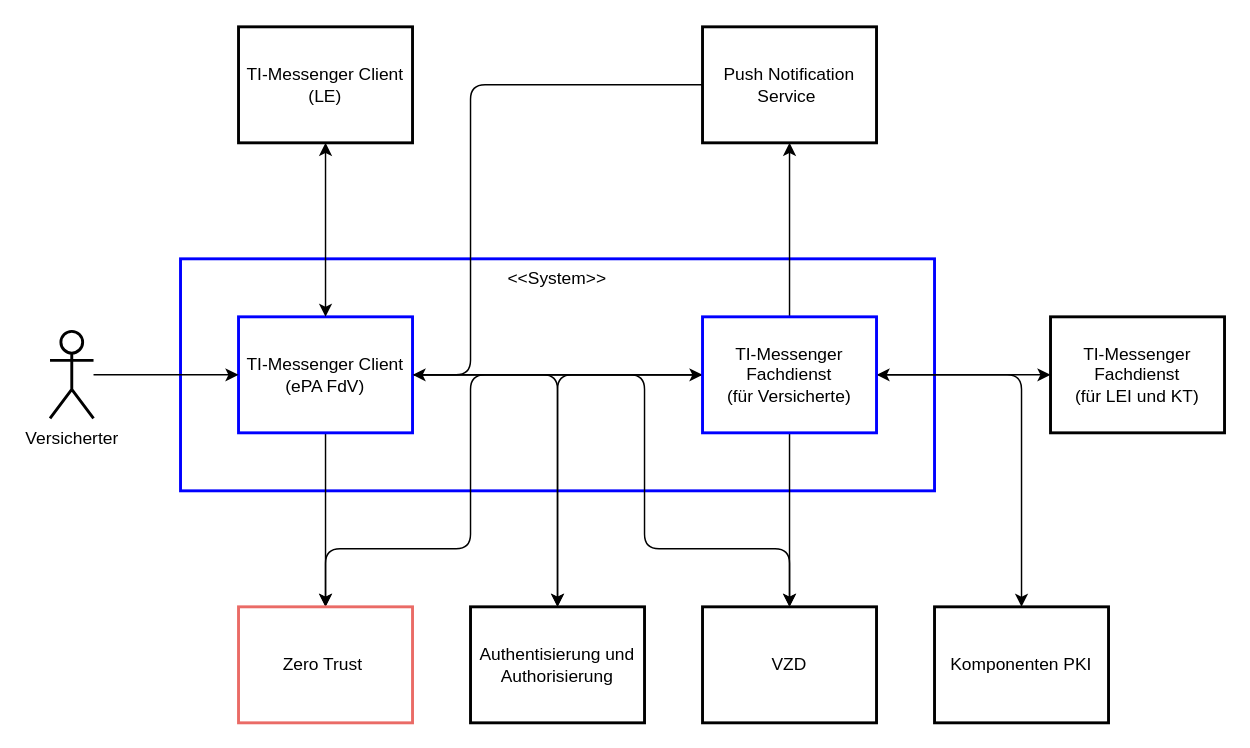
gematik/api-ti-messenger keeps this draw.io diagram as src/drawio/TI-M-Client_ePA_FdV_Kontextabgrenzung.drawio. Above is the earlier version. Source tidied: cells renumbered, new cells numbered last; positions are measured from the earlier drawing's top-left corner, leaving out a move shared by most shapes. Both pictures are drawn from the tidied source at 145%, with x=0, y=0 at pixel (49, 26).
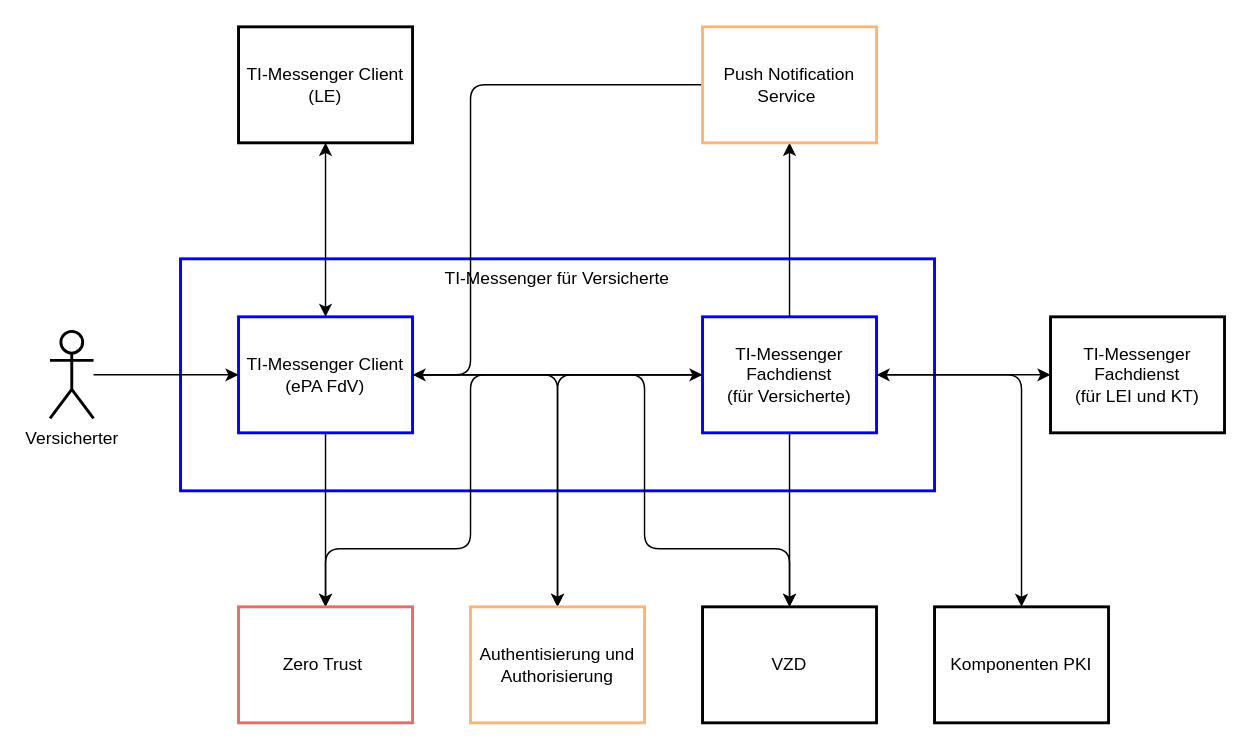
The same diagram, later.

Diff of the diagram source:
```diff
@@
-    <mxCell id="2" value="&amp;lt;&amp;lt;System&amp;gt;&amp;gt;" style="rounded=0;whiteSpace=wrap;html=1;verticalAlign=top;strokeColor=#0000FF;strokeWidth=2;" parent="1" vertex="1">
+    <mxCell id="2" value="TI-Messenger für Versicherte" style="rounded=0;whiteSpace=wrap;html=1;verticalAlign=top;strokeColor=#0000FF;strokeWidth=2;" parent="1" vertex="1">
       <mxGeometry x="90" y="160" width="520" height="160" as="geometry" />
     </mxCell>
@@
-    <mxCell id="18" value="Authentisierung und Authorisierung" style="rounded=0;whiteSpace=wrap;html=1;strokeWidth=2;" parent="1" vertex="1">
+    <mxCell id="18" value="Authentisierung und Authorisierung" style="rounded=0;whiteSpace=wrap;html=1;strokeWidth=2;strokeColor=#FFB570;" parent="1" vertex="1">
       <mxGeometry x="290" y="400" width="120" height="80" as="geometry" />
     </mxCell>
@@
-    <mxCell id="23" value="Push Notification Service&amp;nbsp;" style="rounded=0;whiteSpace=wrap;html=1;strokeWidth=2;" parent="1" vertex="1">
+    <mxCell id="23" value="Push Notification Service&amp;nbsp;" style="rounded=0;whiteSpace=wrap;html=1;strokeWidth=2;strokeColor=#FFB570;" parent="1" vertex="1">
       <mxGeometry x="450" width="120" height="80" as="geometry" />
     </mxCell>
```
